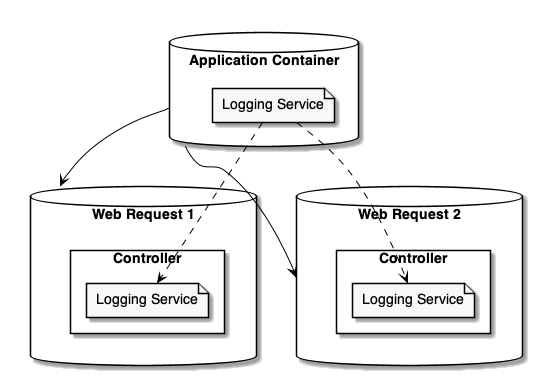
Earlier version of the PlantUML export docs/lifetime/lifetime-scope-web-example.png (autofac/Documentation). Its diagram source:
```plantuml
@startuml

skinparam defaultFontName  Helvetica
skinparam sequenceMessageAlign center
skinparam monochrome true

skinparam activity {
    ArrowColor Black
    BackgroundColor White
    BorderColor Black
    BorderThickness 1
}

skinparam actor {
    BackgroundColor White
    BorderColor Black
}

skinparam usecase {
    ArrowColor Black
    BackgroundColor White
    BorderColor Black
    BorderThickness 1
}

skinparam class {
    ArrowColor Black
    BackgroundColor White
    BorderColor Black
    BorderThickness 1
}


skinparam object {
    ArrowColor Black
    BackgroundColor White
    BorderColor Black
}

skinparam package {
    BackgroundColor White
    BorderColor Black
}


skinparam component {
    BackgroundColor White
    InterfaceBackgroundColor White
    BorderColor Black
    InterfaceBorderColor Black
}

skinparam note {
    BackgroundColor White
    BorderColor Black
}

skinparam state {
    ArrowColor Black
    BackgroundColor White
    BorderColor Black
}

skinparam sequence {
    ArrowColor Black
    BackgroundColor White
    ParticipantBackgroundColor White
    BorderColor Black
    LifeLineBorderColor Black
    ParticipantBorderColor Black
    BoxLineColor Black
}

skinparam interface {
    BackgroundColor White
    BorderColor Black
}
database "Application Container" as root {
  file "Logging Service" as logger
}

database "Web Request 1" as request1 {
  rectangle "Controller" as controller1 {
    file "Logging Service" as controllerLogger1
  }
}

database "Web Request 2" as request2 {
  rectangle "Controller" as controller2 {
    file "Logging Service" as controllerLogger2
  }
}

root --> request1
root --> request2

logger ..> controllerLogger1
logger ..> controllerLogger2

@enduml
```
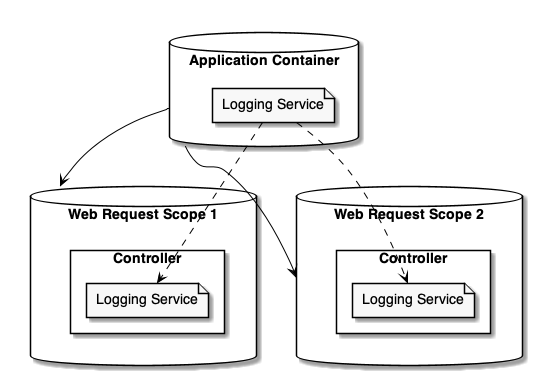
The same diagram one commit later.

Commit message:
Clarify naming on web request scopes in diagram.

Change to the diagram source:
```diff
@@ -79,13 +79,13 @@
   file "Logging Service" as logger
 }
 
-database "Web Request 1" as request1 {
+database "Web Request Scope 1" as request1 {
   rectangle "Controller" as controller1 {
     file "Logging Service" as controllerLogger1
   }
 }
 
-database "Web Request 2" as request2 {
+database "Web Request Scope 2" as request2 {
   rectangle "Controller" as controller2 {
     file "Logging Service" as controllerLogger2
   }
```
